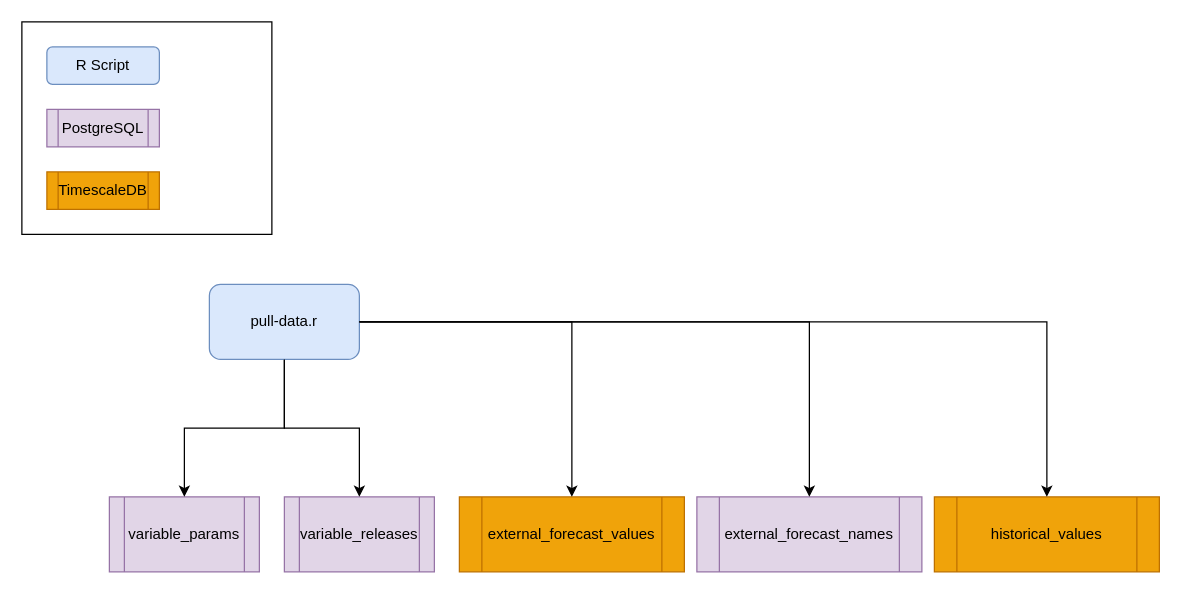
The draw.io diagram documentation-templates/process-diagram.drawio in bongohead/econforecasting-r, before the edit. Source tidied: cells renumbered, new cells numbered last; positions are measured from the earlier drawing's top-left corner, leaving out a move shared by most shapes. Both pictures are drawn from the tidied source at 125%, with x=0, y=0 at pixel (21, 21).
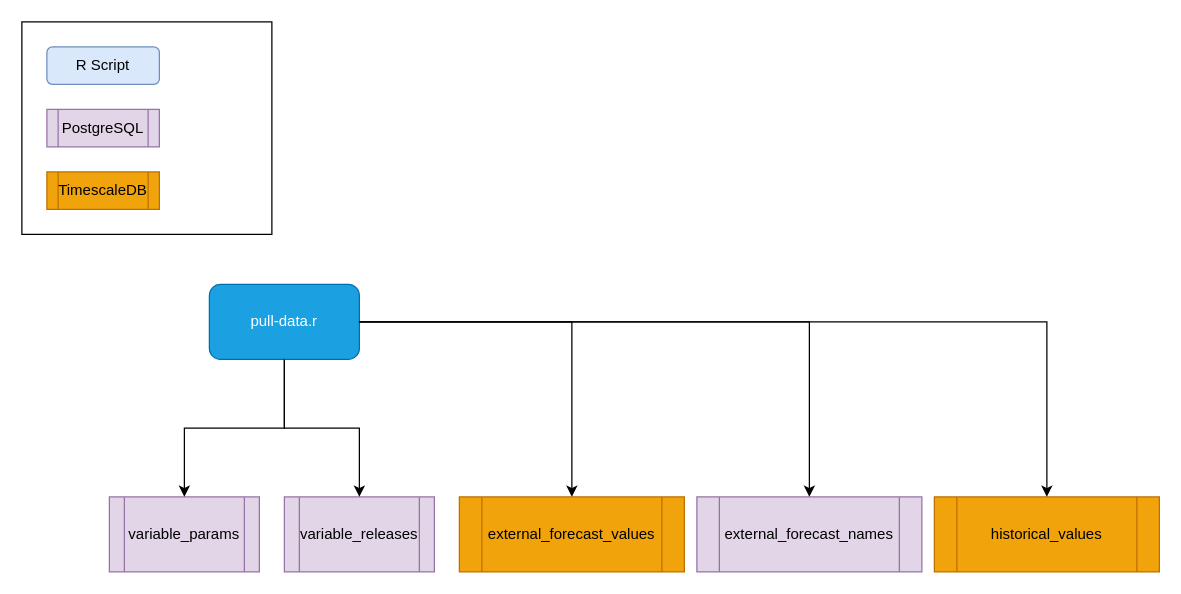
The same diagram, later.

Diff of the diagram source:
```diff
@@
 <mxGraphModel>
   <root>
     <mxCell id="0" />
     <mxCell id="1" parent="0" />
     <mxCell id="2" value="variable_params" style="shape=process;whiteSpace=wrap;html=1;backgroundOutline=1;fillColor=#e1d5e7;strokeColor=#9673a6;" parent="1" vertex="1">
       <mxGeometry x="70" y="380" width="120" height="60" as="geometry" />
     </mxCell>
     <mxCell id="3" value="variable_releases" style="shape=process;whiteSpace=wrap;html=1;backgroundOutline=1;fillColor=#e1d5e7;strokeColor=#9673a6;" parent="1" vertex="1">
       <mxGeometry x="210" y="380" width="120" height="60" as="geometry" />
     </mxCell>
     <mxCell id="4" style="edgeStyle=orthogonalEdgeStyle;rounded=0;jettySize=auto;html=1;entryX=0.5;entryY=0;entryDx=0;entryDy=0;" parent="1" edge="1" source="5" target="2">
       <mxGeometry relative="1" as="geometry" />
     </mxCell>
-    <mxCell id="5" value="pull-data.r" style="rounded=1;whiteSpace=wrap;html=1;fillColor=#dae8fc;strokeColor=#6c8ebf;" parent="1" vertex="1">
+    <mxCell id="5" value="pull-data.r" style="rounded=1;whiteSpace=wrap;html=1;fillColor=#1ba1e2;strokeColor=#006EAF;fontColor=#ffffff;" parent="1" vertex="1">
       <mxGeometry x="150" y="210" width="120" height="60" as="geometry" />
     </mxCell>
     <mxCell id="6" style="edgeStyle=orthogonalEdgeStyle;rounded=0;jettySize=auto;html=1;entryX=0.5;entryY=0;entryDx=0;entryDy=0;exitX=0.5;exitY=1;exitDx=0;exitDy=0;" parent="1" edge="1" source="5" target="3">
       <mxGeometry relative="1" as="geometry" />
     </mxCell>
     <mxCell id="7" value="external_forecast_values" style="shape=process;whiteSpace=wrap;html=1;backgroundOutline=1;fillColor=#f0a30a;strokeColor=#BD7000;fontColor=#000000;" parent="1" vertex="1">
       <mxGeometry x="350" y="380" width="180" height="60" as="geometry" />
     </mxCell>
     <mxCell id="8" style="edgeStyle=orthogonalEdgeStyle;rounded=0;jettySize=auto;html=1;entryX=0.5;entryY=0;entryDx=0;entryDy=0;exitX=1;exitY=0.5;exitDx=0;exitDy=0;" parent="1" edge="1" source="5" target="7">
       <mxGeometry relative="1" as="geometry" />
     </mxCell>
     <mxCell id="9" value="external_forecast_names" style="shape=process;whiteSpace=wrap;html=1;backgroundOutline=1;fillColor=#e1d5e7;strokeColor=#9673a6;" parent="1" vertex="1">
       <mxGeometry x="540" y="380" width="180" height="60" as="geometry" />
     </mxCell>
     <mxCell id="10" style="edgeStyle=orthogonalEdgeStyle;rounded=0;jettySize=auto;html=1;exitX=1;exitY=0.5;exitDx=0;exitDy=0;" parent="1" edge="1" source="5" target="9">
       <mxGeometry relative="1" as="geometry" />
     </mxCell>
     <mxCell id="11" value="historical_values" style="shape=process;whiteSpace=wrap;html=1;backgroundOutline=1;fillColor=#f0a30a;strokeColor=#BD7000;fontColor=#000000;" parent="1" vertex="1">
       <mxGeometry x="730" y="380" width="180" height="60" as="geometry" />
     </mxCell>
     <mxCell id="12" style="edgeStyle=orthogonalEdgeStyle;rounded=0;jettySize=auto;html=1;entryX=0.5;entryY=0;entryDx=0;entryDy=0;exitX=1;exitY=0.5;exitDx=0;exitDy=0;" parent="1" edge="1" source="5" target="11">
       <mxGeometry relative="1" as="geometry" />
     </mxCell>
     <mxCell id="13" style="rounded=0;whiteSpace=wrap;html=1;" parent="1" vertex="1">
       <mxGeometry width="200" height="170" as="geometry" />
     </mxCell>
     <mxCell id="14" value="R Script" style="rounded=1;whiteSpace=wrap;html=1;fillColor=#dae8fc;strokeColor=#6c8ebf;" parent="1" vertex="1">
       <mxGeometry x="20" y="20" width="90" height="30" as="geometry" />
     </mxCell>
     <mxCell id="15" value="PostgreSQL" style="shape=process;whiteSpace=wrap;html=1;backgroundOutline=1;fillColor=#e1d5e7;strokeColor=#9673a6;" parent="1" vertex="1">
       <mxGeometry x="20" y="70" width="90" height="30" as="geometry" />
     </mxCell>
     <mxCell id="16" value="TimescaleDB" style="shape=process;whiteSpace=wrap;html=1;backgroundOutline=1;fillColor=#f0a30a;strokeColor=#BD7000;fontColor=#000000;" parent="1" vertex="1">
       <mxGeometry x="20" y="120" width="90" height="30" as="geometry" />
     </mxCell>
   </root>
 </mxGraphModel>
```
